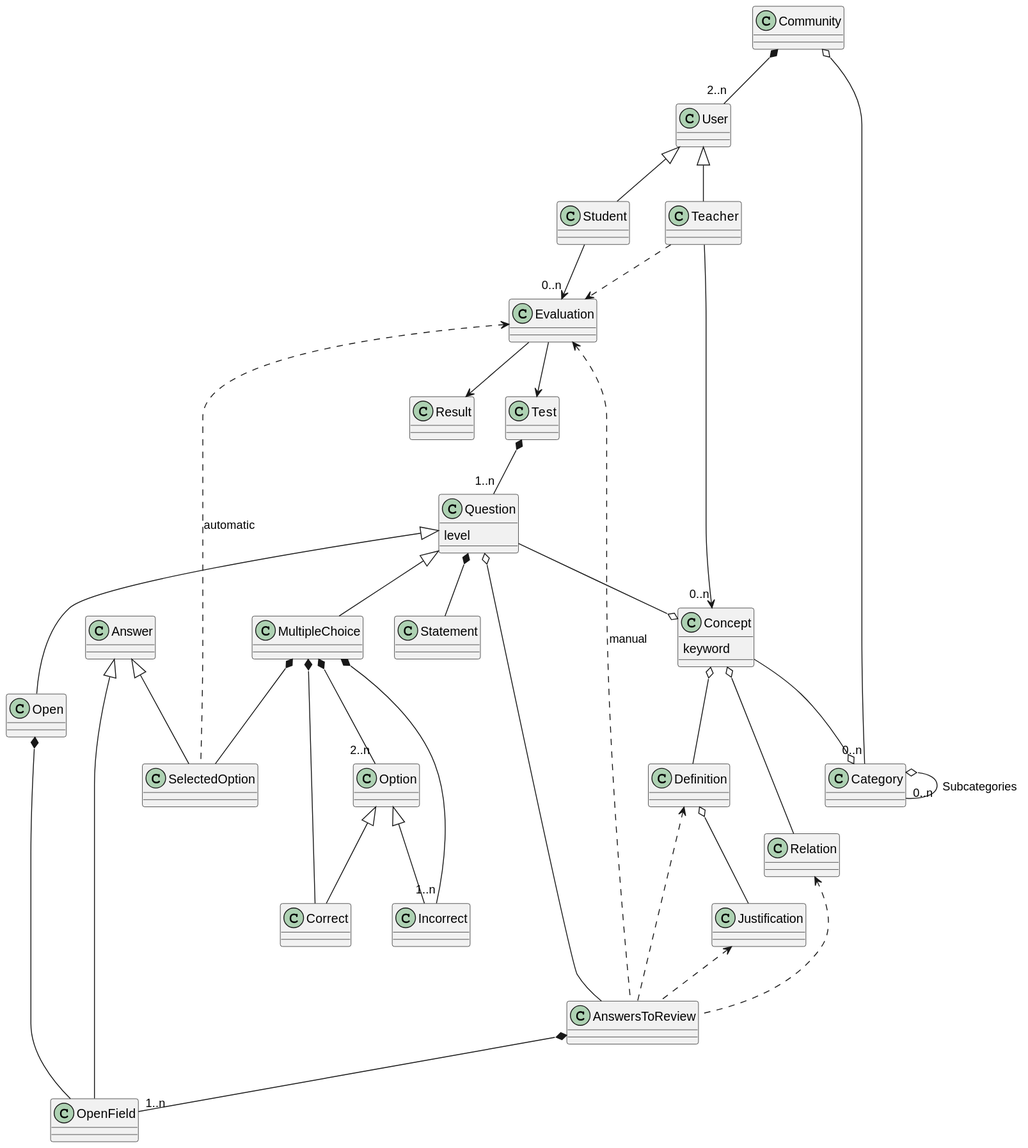
Before: out/doc/dominio_clases/OpoTestDomain.svg, a diagram exported from PlantUML (Joselon/ProyectoOpoTest). Its diagram source:
```plantuml
@startuml OpoTestDomain

class Community

class User

class Teacher

class Student

class Evaluation

class Result

class Category

class Test

class AnswersToReview

class Concept {
    keyword
}

class Question {
    level
}

class Statement

class Answer

class Open

class MultipleChoice

class Option

class Correct

Class Incorrect

class OpenField

Class SelectedOption


Community *-- "2..n" User
Community o-- "0..n" Category

Category o--"0..n" Category : Subcategories

User <|-- Teacher
User <|-- Student

Teacher -->"0..n" Concept
Concept --o Category
Question --o Concept
Concept o-- Definition
Definition o-- Justification
Concept o-- Relation

Student --> "0..n" Evaluation
Evaluation --> Test
Evaluation --> Result

Teacher ..> Evaluation
AnswersToReview *-- "1..n" OpenField
Definition <.. AnswersToReview
Justification <.. AnswersToReview
Relation <.. AnswersToReview

Evaluation <.. AnswersToReview : manual
Evaluation <.. SelectedOption : automatic

Test *-- "1..n" Question
Question <|-- MultipleChoice
Question <|-- Open
Question *--   Statement
MultipleChoice *-- "2..n" Option
Option <|-- Incorrect
Option <|-- Correct
MultipleChoice *-- Correct
MultipleChoice *-- "1..n" Incorrect
MultipleChoice *-- SelectedOption
Open *-- OpenField
Answer <|-- OpenField
Answer <|-- SelectedOption
Question o-- AnswersToReview

@enduml
```
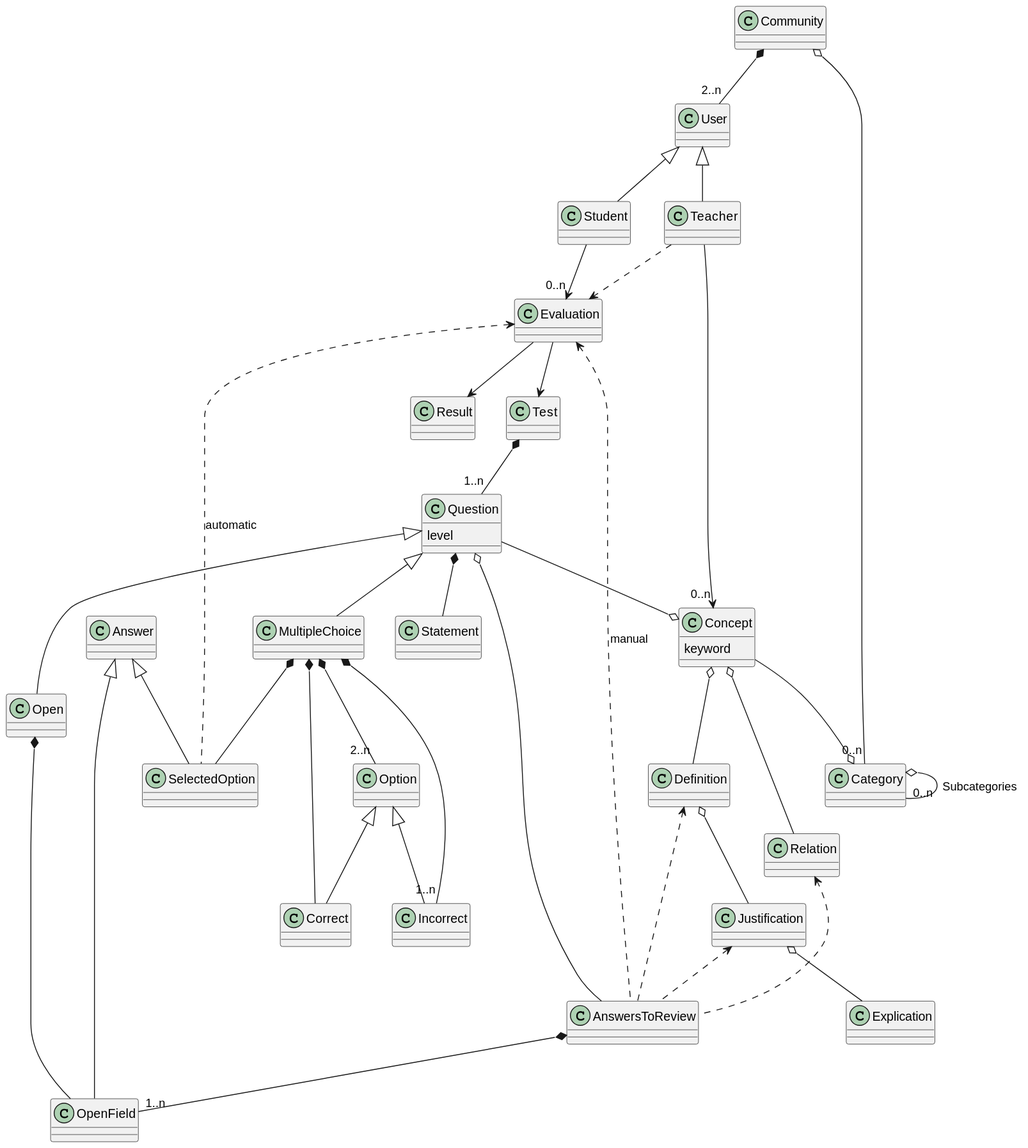
The same diagram one commit later.

What changed in the source:
```diff
@@ -58,6 +58,7 @@
 Question --o Concept
 Concept o-- Definition
 Definition o-- Justification
+Justification o-- Explication
 Concept o-- Relation
 
 Student --> "0..n" Evaluation
```
